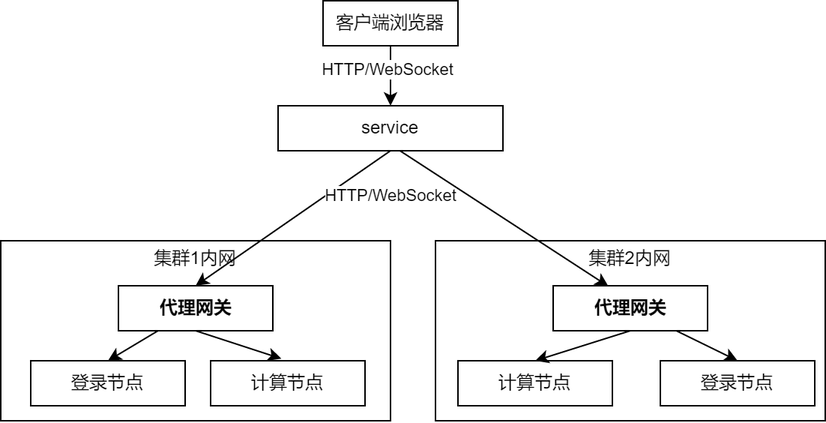
PKUHPC/OpenSCOW keeps this draw.io diagram as docs/docs/deploy/config/portal/proxy-gateway/with-gateway.png. Above is the earlier version. Source tidied: cells renumbered, new cells last; positions are measured from the earlier drawing's top-left corner, leaving out a move shared by most shapes.
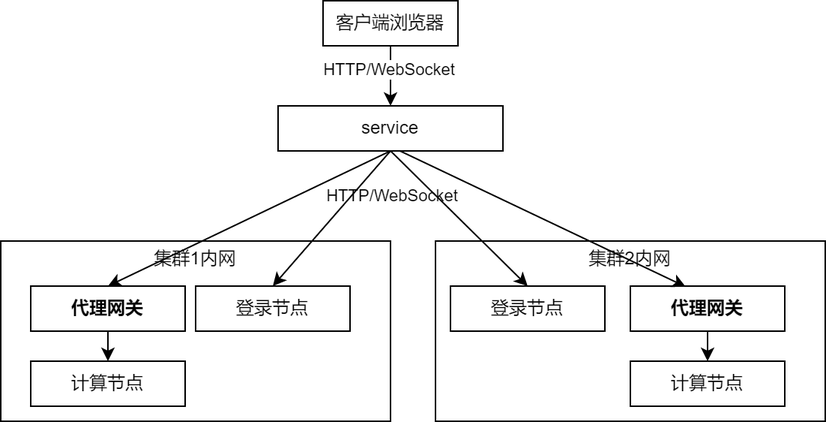
Above is the later version.

What changed in the source:
```diff
@@ -7,7 +7,7 @@
     </mxCell>
     <mxCell id="3" value="HTTP/WebSocket" style="edgeLabel;html=1;align=center;verticalAlign=middle;" parent="2" vertex="1">
       <mxGeometry x="-0.26" y="2" relative="1" as="geometry">
-        <mxPoint x="47" y="-5" as="offset" />
+        <mxPoint x="69" y="-5" as="offset" />
       </mxGeometry>
     </mxCell>
     <mxCell id="4" value="service" style="rounded=0;whiteSpace=wrap;fillColor=none;verticalAlign=middle;spacing=0;labelBackgroundColor=none;" parent="1" vertex="1">
@@ -28,38 +28,38 @@
     <mxCell id="9" value="集群2内网" style="rounded=0;whiteSpace=wrap;fillColor=none;verticalAlign=top;spacing=0;labelBackgroundColor=none;" parent="1" vertex="1">
       <mxGeometry x="290" y="160" width="260" height="120" as="geometry" />
     </mxCell>
-    <mxCell id="10" style="edgeStyle=none;html=1;entryX=0.5;entryY=0;entryDx=0;entryDy=0;" parent="1" edge="1" source="12" target="13">
+    <mxCell id="10" style="edgeStyle=none;html=1;entryX=0.5;entryY=0;entryDx=0;entryDy=0;exitX=0.5;exitY=1;exitDx=0;exitDy=0;" parent="1" edge="1" source="4" target="13">
       <mxGeometry relative="1" as="geometry" />
     </mxCell>
     <mxCell id="11" style="edgeStyle=none;html=1;exitX=0.5;exitY=1;exitDx=0;exitDy=0;entryX=0.5;entryY=0;entryDx=0;entryDy=0;" parent="1" edge="1" source="12" target="14">
       <mxGeometry relative="1" as="geometry" />
     </mxCell>
     <mxCell id="12" value="代理网关" style="rounded=0;whiteSpace=wrap;fillColor=none;verticalAlign=middle;spacing=0;labelBackgroundColor=none;fontStyle=1;" parent="1" vertex="1">
-      <mxGeometry x="368.5" y="190" width="103" height="30" as="geometry" />
+      <mxGeometry x="420" y="190" width="103" height="30" as="geometry" />
     </mxCell>
     <mxCell id="13" value="登录节点" style="rounded=0;whiteSpace=wrap;fillColor=none;verticalAlign=middle;spacing=0;labelBackgroundColor=none;fontStyle=0;align=center;" parent="1" vertex="1">
-      <mxGeometry x="440" y="240" width="103" height="30" as="geometry" />
+      <mxGeometry x="300" y="190" width="103" height="30" as="geometry" />
     </mxCell>
     <mxCell id="14" value="计算节点" style="rounded=0;whiteSpace=wrap;fillColor=none;verticalAlign=middle;spacing=0;labelBackgroundColor=none;fontStyle=0;align=center;" parent="1" vertex="1">
-      <mxGeometry x="305" y="240" width="103" height="30" as="geometry" />
+      <mxGeometry x="420" y="240" width="103" height="30" as="geometry" />
     </mxCell>
     <mxCell id="15" value="集群1内网" style="rounded=0;whiteSpace=wrap;fillColor=none;verticalAlign=top;spacing=0;labelBackgroundColor=none;" parent="1" vertex="1">
       <mxGeometry y="160" width="260" height="120" as="geometry" />
     </mxCell>
-    <mxCell id="16" style="edgeStyle=none;html=1;entryX=0.5;entryY=0;entryDx=0;entryDy=0;" parent="1" edge="1" source="18" target="19">
+    <mxCell id="16" style="edgeStyle=none;html=1;entryX=0.5;entryY=0;entryDx=0;entryDy=0;exitX=0.5;exitY=1;exitDx=0;exitDy=0;" parent="1" edge="1" source="4" target="19">
       <mxGeometry relative="1" as="geometry" />
     </mxCell>
-    <mxCell id="17" style="edgeStyle=none;html=1;exitX=0.5;exitY=1;exitDx=0;exitDy=0;entryX=0.458;entryY=-0.046;entryDx=0;entryDy=0;entryPerimeter=0;" parent="1" edge="1" source="18" target="20">
-      <mxGeometry relative="1" as="geometry" />
-    </mxCell>
     <mxCell id="18" value="代理网关" style="rounded=0;whiteSpace=wrap;fillColor=none;verticalAlign=middle;spacing=0;labelBackgroundColor=none;fontStyle=1;" parent="1" vertex="1">
-      <mxGeometry x="78.5" y="190" width="103" height="30" as="geometry" />
+      <mxGeometry x="20" y="190" width="103" height="30" as="geometry" />
     </mxCell>
     <mxCell id="19" value="登录节点" style="rounded=0;whiteSpace=wrap;fillColor=none;verticalAlign=middle;spacing=0;labelBackgroundColor=none;fontStyle=0;align=center;" parent="1" vertex="1">
-      <mxGeometry x="20" y="240" width="103" height="30" as="geometry" />
+      <mxGeometry x="130" y="190" width="103" height="30" as="geometry" />
     </mxCell>
     <mxCell id="20" value="计算节点" style="rounded=0;whiteSpace=wrap;fillColor=none;verticalAlign=middle;spacing=0;labelBackgroundColor=none;fontStyle=0;align=center;" parent="1" vertex="1">
-      <mxGeometry x="140" y="240" width="103" height="30" as="geometry" />
+      <mxGeometry x="20" y="240" width="103" height="30" as="geometry" />
     </mxCell>
+    <mxCell id="17" style="edgeStyle=none;html=1;exitX=0.5;exitY=1;exitDx=0;exitDy=0;" parent="1" edge="1" source="18" target="20">
+      <mxGeometry relative="1" as="geometry" />
+    </mxCell>
   </root>
 </mxGraphModel>
```
